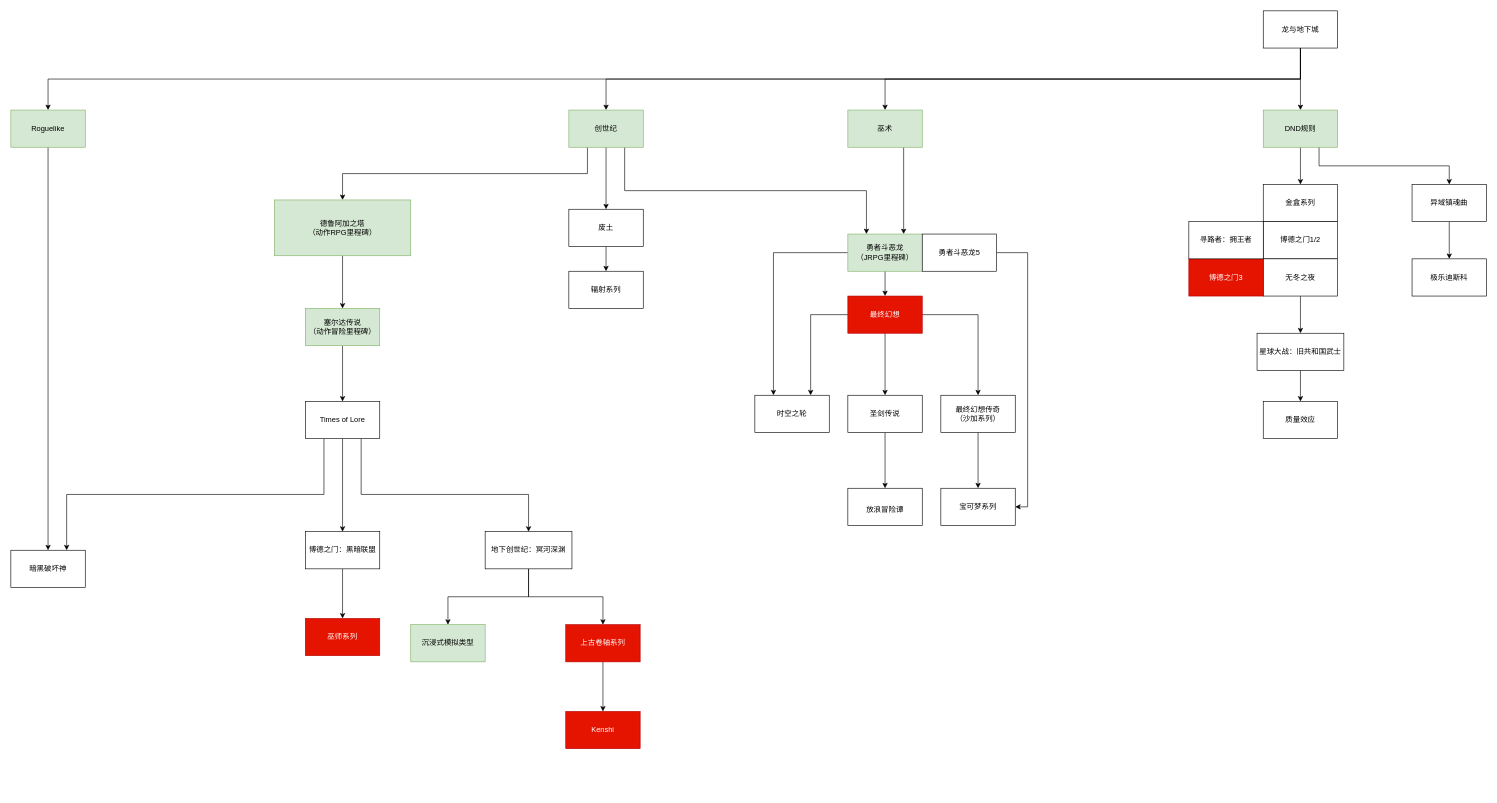
sass00n1/StartFramework keeps this draw.io diagram as RPGtree.drawio. Above is the earlier version. Source tidied: cells renumbered, new cells numbered last; positions are measured from the earlier drawing's top-left corner, leaving out a move shared by most shapes. Both pictures are drawn from the tidied source at 62%, with x=0, y=0 at pixel (11, 11).
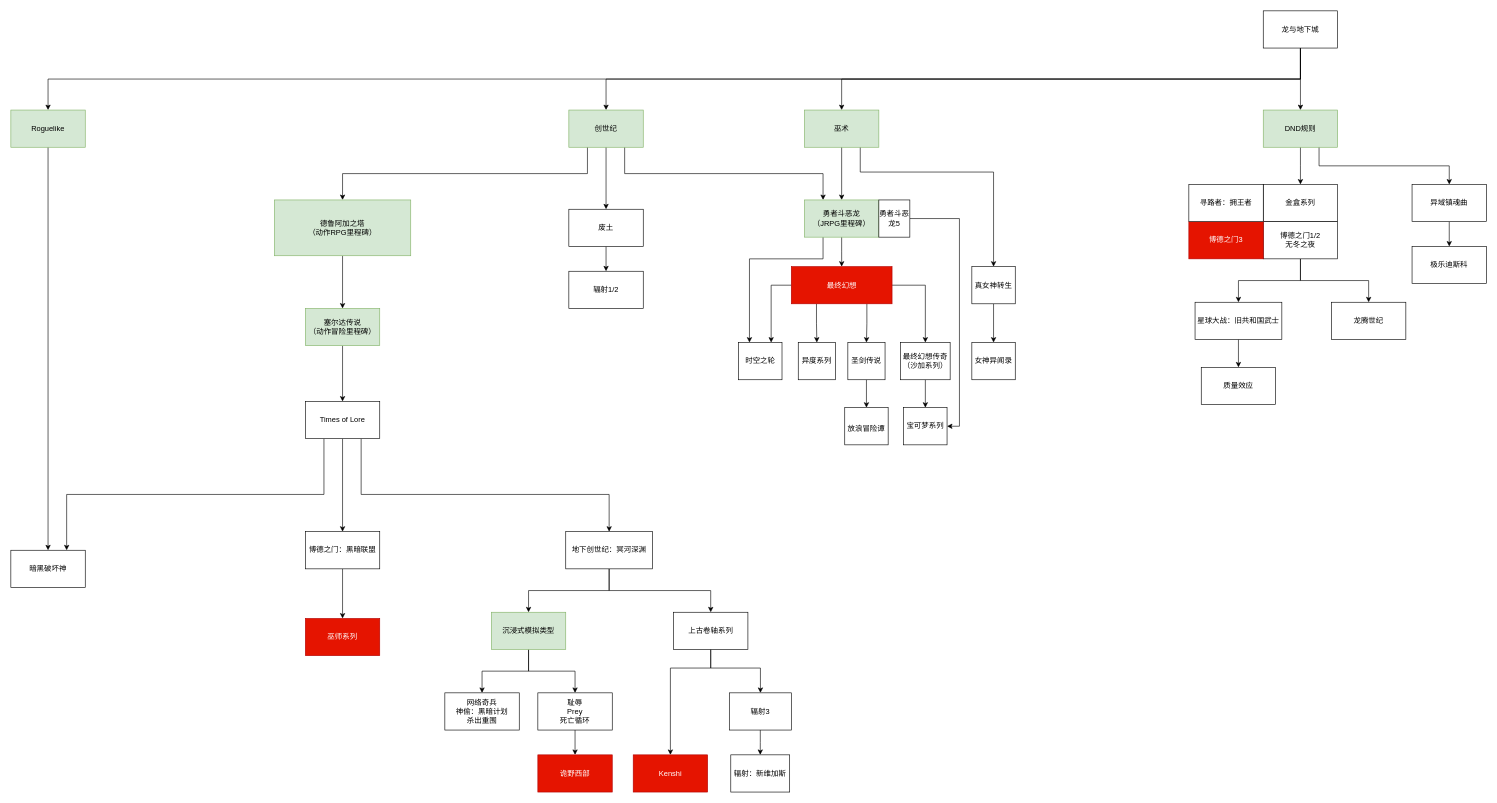
The same page after the edit.

Unchanged cells that the change refers to:
```xml
<mxCell id="37" value="Times of Lore" style="rounded=0;whiteSpace=wrap;html=1;" parent="1" vertex="1">
  <mxGeometry x="475" y="630" width="120" height="60" as="geometry" />
</mxCell>
```

Change to the diagram source:
```diff
@@
-    <mxCell id="11" style="edgeStyle=orthogonalEdgeStyle;rounded=0;jettySize=auto;html=1;exitX=0.75;exitY=1;exitDx=0;exitDy=0;entryX=0.75;entryY=0;entryDx=0;entryDy=0;" parent="1" edge="1" source="12" target="15">
+    <mxCell id="11" style="edgeStyle=orthogonalEdgeStyle;rounded=0;jettySize=auto;html=1;exitX=0.5;exitY=1;exitDx=0;exitDy=0;entryX=0.5;entryY=0;entryDx=0;entryDy=0;" parent="1" edge="1" source="12" target="15">
       <mxGeometry relative="1" as="geometry" />
     </mxCell>
+    <mxCell id="68" style="edgeStyle=orthogonalEdgeStyle;rounded=0;jettySize=auto;html=1;exitX=0.75;exitY=1;exitDx=0;exitDy=0;" parent="1" edge="1" source="12" target="76">
+      <mxGeometry relative="1" as="geometry">
+        <Array as="points">
+          <mxPoint x="1370" y="260" />
+          <mxPoint x="1585" y="260" />
+        </Array>
+      </mxGeometry>
+    </mxCell>
     <mxCell id="12" value="巫术" style="rounded=0;whiteSpace=wrap;html=1;fillColor=#d5e8d4;strokeColor=#82b366;" parent="1" vertex="1">
-      <mxGeometry x="1350" y="160" width="120" height="60" as="geometry" />
+      <mxGeometry x="1280" y="160" width="120" height="60" as="geometry" />
     </mxCell>
@@
-    <mxCell id="14" style="edgeStyle=orthogonalEdgeStyle;rounded=0;jettySize=auto;html=1;exitX=0;exitY=0.5;exitDx=0;exitDy=0;entryX=0.25;entryY=0;entryDx=0;entryDy=0;" parent="1" edge="1" source="15" target="61">
-      <mxGeometry relative="1" as="geometry" />
+    <mxCell id="14" style="edgeStyle=orthogonalEdgeStyle;rounded=0;jettySize=auto;html=1;exitX=0.25;exitY=1;exitDx=0;exitDy=0;entryX=0.25;entryY=0;entryDx=0;entryDy=0;" parent="1" edge="1" source="15" target="61">
+      <mxGeometry relative="1" as="geometry">
+        <Array as="points">
+          <mxPoint x="1310" y="400" />
+          <mxPoint x="1191" y="400" />
+        </Array>
+      </mxGeometry>
     </mxCell>
     <mxCell id="15" value="&lt;div&gt;勇者斗恶龙&lt;/div&gt;&lt;div&gt;（JRPG里程碑）&lt;br&gt;&lt;/div&gt;" style="rounded=0;whiteSpace=wrap;html=1;fillColor=#d5e8d4;strokeColor=#82b366;" parent="1" vertex="1">
-      <mxGeometry x="1350" y="360" width="120" height="60" as="geometry" />
+      <mxGeometry x="1280" y="305" width="120" height="60" as="geometry" />
     </mxCell>
@@
+    <mxCell id="69" style="edgeStyle=orthogonalEdgeStyle;rounded=0;jettySize=auto;html=1;exitX=0.5;exitY=1;exitDx=0;exitDy=0;" parent="1" edge="1" source="20" target="66">
+      <mxGeometry relative="1" as="geometry" />
+    </mxCell>
+    <mxCell id="70" style="edgeStyle=orthogonalEdgeStyle;rounded=0;jettySize=auto;html=1;exitX=0.5;exitY=1;exitDx=0;exitDy=0;" parent="1" edge="1" source="20" target="86">
+      <mxGeometry relative="1" as="geometry" />
+    </mxCell>
-    <mxCell id="20" value="博德之门1/2" style="rounded=0;whiteSpace=wrap;html=1;" parent="1" vertex="1">
+    <mxCell id="20" value="&lt;div&gt;博德之门1/2&lt;/div&gt;无冬之夜" style="rounded=0;whiteSpace=wrap;html=1;" parent="1" vertex="1">
       <mxGeometry x="2020" y="340" width="120" height="60" as="geometry" />
     </mxCell>
-    <mxCell id="21" style="edgeStyle=orthogonalEdgeStyle;rounded=0;jettySize=auto;html=1;exitX=0.5;exitY=1;exitDx=0;exitDy=0;" parent="1" edge="1" source="22" target="66">
-      <mxGeometry relative="1" as="geometry" />
-    </mxCell>
-    <mxCell id="22" value="无冬之夜" style="rounded=0;whiteSpace=wrap;html=1;" parent="1" vertex="1">
-      <mxGeometry x="2020" y="400" width="120" height="60" as="geometry" />
-    </mxCell>
     <mxCell id="23" value="博德之门3" style="rounded=0;whiteSpace=wrap;html=1;fillColor=#e51400;fontColor=#ffffff;strokeColor=#B20000;" parent="1" vertex="1">
-      <mxGeometry x="1900" y="400" width="120" height="60" as="geometry" />
+      <mxGeometry x="1900" y="340" width="120" height="60" as="geometry" />
     </mxCell>
@@
     <mxCell id="26" value="极乐迪斯科" style="rounded=0;whiteSpace=wrap;html=1;" parent="1" vertex="1">
-      <mxGeometry x="2260" y="400" width="120" height="60" as="geometry" />
+      <mxGeometry x="2260" y="380" width="120" height="60" as="geometry" />
     </mxCell>
+    <mxCell id="28" style="edgeStyle=orthogonalEdgeStyle;rounded=0;jettySize=auto;html=1;entryX=0.5;entryY=0;entryDx=0;entryDy=0;" parent="1" edge="1" source="29" target="40">
+      <mxGeometry relative="1" as="geometry" />
+    </mxCell>
-    <mxCell id="27" style="edgeStyle=orthogonalEdgeStyle;rounded=0;jettySize=auto;html=1;entryX=0.5;entryY=0;entryDx=0;entryDy=0;" parent="1" edge="1" source="29" target="39">
+    <mxCell id="27" style="edgeStyle=orthogonalEdgeStyle;rounded=0;jettySize=auto;html=1;exitX=0.5;exitY=1;exitDx=0;exitDy=0;" parent="1" edge="1" source="29" target="39">
       <mxGeometry relative="1" as="geometry" />
     </mxCell>
-    <mxCell id="28" style="edgeStyle=orthogonalEdgeStyle;rounded=0;jettySize=auto;html=1;entryX=0.5;entryY=0;entryDx=0;entryDy=0;" parent="1" edge="1" source="29" target="40">
-      <mxGeometry relative="1" as="geometry" />
-    </mxCell>
     <mxCell id="29" value="地下创世纪：冥河深渊" style="rounded=0;whiteSpace=wrap;html=1;" parent="1" vertex="1">
-      <mxGeometry x="765" y="840" width="140" height="60" as="geometry" />
+      <mxGeometry x="895" y="840" width="140" height="60" as="geometry" />
     </mxCell>
@@
     <mxCell id="35" style="edgeStyle=orthogonalEdgeStyle;rounded=0;jettySize=auto;html=1;exitX=0.75;exitY=1;exitDx=0;exitDy=0;entryX=0.5;entryY=0;entryDx=0;entryDy=0;" parent="1" edge="1" source="37" target="29">
       <mxGeometry relative="1" as="geometry">
         <Array as="points">
           <mxPoint x="565" y="780" />
-          <mxPoint x="835" y="780" />
+          <mxPoint x="965" y="780" />
         </Array>
       </mxGeometry>
     </mxCell>
@@
     <mxCell id="38" style="edgeStyle=orthogonalEdgeStyle;rounded=0;jettySize=auto;html=1;exitX=0.5;exitY=1;exitDx=0;exitDy=0;entryX=0.5;entryY=0;entryDx=0;entryDy=0;" parent="1" edge="1" source="39" target="55">
-      <mxGeometry relative="1" as="geometry" />
+      <mxGeometry relative="1" as="geometry">
+        <Array as="points">
+          <mxPoint x="1129" y="1060" />
+          <mxPoint x="1064" y="1060" />
+        </Array>
+      </mxGeometry>
     </mxCell>
+    <mxCell id="71" style="edgeStyle=orthogonalEdgeStyle;rounded=0;jettySize=auto;html=1;exitX=0.5;exitY=1;exitDx=0;exitDy=0;" parent="1" edge="1" source="39" target="83">
+      <mxGeometry relative="1" as="geometry">
+        <Array as="points">
+          <mxPoint x="1129" y="1060" />
+          <mxPoint x="1209" y="1060" />
+        </Array>
+      </mxGeometry>
+    </mxCell>
-    <mxCell id="39" value="上古卷轴系列" style="rounded=0;whiteSpace=wrap;html=1;fillColor=#e51400;fontColor=#ffffff;strokeColor=#B20000;" parent="1" vertex="1">
-      <mxGeometry x="895" y="990" width="120" height="60" as="geometry" />
+    <mxCell id="39" value="上古卷轴系列" style="rounded=0;whiteSpace=wrap;html=1;" parent="1" vertex="1">
+      <mxGeometry x="1068.8" y="970" width="120" height="60" as="geometry" />
     </mxCell>
+    <mxCell id="72" style="edgeStyle=orthogonalEdgeStyle;rounded=0;jettySize=auto;html=1;exitX=0.5;exitY=1;exitDx=0;exitDy=0;" parent="1" edge="1" source="40" target="78">
+      <mxGeometry relative="1" as="geometry" />
+    </mxCell>
+    <mxCell id="73" style="edgeStyle=orthogonalEdgeStyle;rounded=0;jettySize=auto;html=1;exitX=0.5;exitY=1;exitDx=0;exitDy=0;entryX=0.5;entryY=0;entryDx=0;entryDy=0;" parent="1" edge="1" source="40" target="80">
+      <mxGeometry relative="1" as="geometry" />
+    </mxCell>
     <mxCell id="40" value="沉浸式模拟类型" style="rounded=0;whiteSpace=wrap;html=1;fillColor=#d5e8d4;strokeColor=#82b366;" parent="1" vertex="1">
-      <mxGeometry x="645" y="990" width="120" height="60" as="geometry" />
+      <mxGeometry x="775" y="970" width="120" height="60" as="geometry" />
     </mxCell>
@@
-    <mxCell id="49" value="辐射系列" style="rounded=0;whiteSpace=wrap;html=1;" parent="1" vertex="1">
+    <mxCell id="49" value="辐射1/2" style="rounded=0;whiteSpace=wrap;html=1;" parent="1" vertex="1">
       <mxGeometry x="900" y="420" width="120" height="60" as="geometry" />
     </mxCell>
     <mxCell id="50" value="寻路者：拥王者" style="rounded=0;whiteSpace=wrap;html=1;" parent="1" vertex="1">
-      <mxGeometry x="1900" y="340" width="120" height="60" as="geometry" />
+      <mxGeometry x="1900" y="280" width="120" height="60" as="geometry" />
     </mxCell>
@@
-    <mxCell id="53" style="edgeStyle=orthogonalEdgeStyle;rounded=0;jettySize=auto;html=1;exitX=0.5;exitY=1;exitDx=0;exitDy=0;" parent="1" edge="1" source="54" target="63">
+    <mxCell id="53" style="edgeStyle=orthogonalEdgeStyle;rounded=0;jettySize=auto;html=1;exitX=0.75;exitY=1;exitDx=0;exitDy=0;" parent="1" edge="1" source="54" target="63">
       <mxGeometry relative="1" as="geometry" />
     </mxCell>
+    <mxCell id="74" style="edgeStyle=orthogonalEdgeStyle;rounded=0;jettySize=auto;html=1;exitX=0.25;exitY=1;exitDx=0;exitDy=0;entryX=0.5;entryY=0;entryDx=0;entryDy=0;" parent="1" edge="1" source="54" target="85">
+      <mxGeometry relative="1" as="geometry" />
+    </mxCell>
     <mxCell id="54" value="最终幻想" style="rounded=0;whiteSpace=wrap;html=1;fillColor=#e51400;fontColor=#ffffff;strokeColor=#B20000;" parent="1" vertex="1">
-      <mxGeometry x="1350" y="460" width="120" height="60" as="geometry" />
+      <mxGeometry x="1258.8" y="412.5" width="162.5" height="60" as="geometry" />
     </mxCell>
     <mxCell id="55" value="Kenshi" style="rounded=0;whiteSpace=wrap;html=1;fillColor=#e51400;fontColor=#ffffff;strokeColor=#B20000;" parent="1" vertex="1">
-      <mxGeometry x="895" y="1130" width="120" height="60" as="geometry" />
+      <mxGeometry x="1003.8" y="1200" width="120" height="60" as="geometry" />
     </mxCell>
@@
     <mxCell id="57" value="&lt;div&gt;最终幻想传奇&lt;/div&gt;&lt;div&gt;（沙加系列）&lt;/div&gt;" style="rounded=0;whiteSpace=wrap;html=1;" parent="1" vertex="1">
-      <mxGeometry x="1500" y="620" width="120" height="60" as="geometry" />
+      <mxGeometry x="1435" y="535" width="80" height="60" as="geometry" />
     </mxCell>
     <mxCell id="58" value="宝可梦系列" style="rounded=0;whiteSpace=wrap;html=1;" parent="1" vertex="1">
-      <mxGeometry x="1500" y="770" width="120" height="60" as="geometry" />
+      <mxGeometry x="1440" y="640" width="70" height="60" as="geometry" />
     </mxCell>
@@
     <mxCell id="60" value="&lt;div&gt;勇者斗恶龙5&lt;/div&gt;" style="rounded=0;whiteSpace=wrap;html=1;" parent="1" vertex="1">
-      <mxGeometry x="1470" y="360" width="120" height="60" as="geometry" />
+      <mxGeometry x="1400" y="305" width="50" height="60" as="geometry" />
     </mxCell>
     <mxCell id="61" value="时空之轮" style="rounded=0;whiteSpace=wrap;html=1;" parent="1" vertex="1">
-      <mxGeometry x="1200" y="620" width="120" height="60" as="geometry" />
+      <mxGeometry x="1173.8" y="535" width="70" height="60" as="geometry" />
     </mxCell>
@@
     <mxCell id="63" value="圣剑传说" style="rounded=0;whiteSpace=wrap;html=1;" parent="1" vertex="1">
-      <mxGeometry x="1350" y="620" width="120" height="60" as="geometry" />
+      <mxGeometry x="1350" y="535" width="60" height="60" as="geometry" />
     </mxCell>
     <mxCell id="64" value="&lt;h1 dir=&quot;ltr&quot; lang=&quot;zh-Hans-CN&quot; class=&quot;firstHeading mw-first-heading&quot; id=&quot;firstHeading&quot;&gt;&lt;font style=&quot;font-size: 12px;&quot;&gt;&lt;span style=&quot;font-weight: normal;&quot;&gt;放浪冒险谭&lt;/span&gt;&lt;/font&gt;&lt;/h1&gt;" style="rounded=0;whiteSpace=wrap;html=1;" parent="1" vertex="1">
-      <mxGeometry x="1350" y="770" width="120" height="60" as="geometry" />
+      <mxGeometry x="1345" y="640" width="70" height="60" as="geometry" />
     </mxCell>
@@
     <mxCell id="66" value="星球大战：旧共和国武士" style="rounded=0;whiteSpace=wrap;html=1;" parent="1" vertex="1">
-      <mxGeometry x="2010" y="520" width="140" height="60" as="geometry" />
+      <mxGeometry x="1910" y="470" width="140" height="60" as="geometry" />
     </mxCell>
     <mxCell id="67" value="质量效应" style="rounded=0;whiteSpace=wrap;html=1;" parent="1" vertex="1">
-      <mxGeometry x="2020" y="630" width="120" height="60" as="geometry" />
+      <mxGeometry x="1920" y="575" width="120" height="60" as="geometry" />
     </mxCell>
+    <mxCell id="75" style="edgeStyle=orthogonalEdgeStyle;rounded=0;jettySize=auto;html=1;exitX=0.5;exitY=1;exitDx=0;exitDy=0;" parent="1" edge="1" source="76" target="77">
+      <mxGeometry relative="1" as="geometry" />
+    </mxCell>
+    <mxCell id="76" value="真女神转生" style="rounded=0;whiteSpace=wrap;html=1;" parent="1" vertex="1">
+      <mxGeometry x="1550" y="412.5" width="70" height="60" as="geometry" />
+    </mxCell>
+    <mxCell id="77" value="女神异闻录" style="rounded=0;whiteSpace=wrap;html=1;" parent="1" vertex="1">
+      <mxGeometry x="1550" y="535" width="70" height="60" as="geometry" />
+    </mxCell>
+    <mxCell id="78" value="&lt;div&gt;网络奇兵&lt;/div&gt;&lt;div&gt;神偷：黑暗计划&lt;/div&gt;&lt;div&gt;杀出重围&lt;br&gt;&lt;/div&gt;" style="rounded=0;whiteSpace=wrap;html=1;" parent="1" vertex="1">
+      <mxGeometry x="700" y="1100" width="120" height="60" as="geometry" />
+    </mxCell>
+    <mxCell id="79" style="edgeStyle=orthogonalEdgeStyle;rounded=0;jettySize=auto;html=1;exitX=0.5;exitY=1;exitDx=0;exitDy=0;" parent="1" edge="1" source="80" target="81">
+      <mxGeometry relative="1" as="geometry" />
+    </mxCell>
+    <mxCell id="80" value="&lt;div&gt;耻辱&lt;/div&gt;&lt;div&gt;Prey&lt;/div&gt;&lt;div&gt;死亡循环&lt;br&gt;&lt;/div&gt;" style="rounded=0;whiteSpace=wrap;html=1;" parent="1" vertex="1">
+      <mxGeometry x="850" y="1100" width="120" height="60" as="geometry" />
+    </mxCell>
+    <mxCell id="81" value="诡野西部" style="rounded=0;whiteSpace=wrap;html=1;fillColor=#e51400;fontColor=#ffffff;strokeColor=#B20000;" parent="1" vertex="1">
+      <mxGeometry x="850" y="1200" width="120" height="60" as="geometry" />
+    </mxCell>
+    <mxCell id="82" style="edgeStyle=orthogonalEdgeStyle;rounded=0;jettySize=auto;html=1;exitX=0.5;exitY=1;exitDx=0;exitDy=0;" parent="1" edge="1" source="83" target="84">
+      <mxGeometry relative="1" as="geometry" />
+    </mxCell>
+    <mxCell id="83" value="辐射3" style="rounded=0;whiteSpace=wrap;html=1;" parent="1" vertex="1">
+      <mxGeometry x="1158.8" y="1100" width="100" height="60" as="geometry" />
+    </mxCell>
+    <mxCell id="84" value="辐射：新维加斯" style="rounded=0;whiteSpace=wrap;html=1;" parent="1" vertex="1">
+      <mxGeometry x="1161.2" y="1200" width="95" height="60" as="geometry" />
+    </mxCell>
+    <mxCell id="85" value="异度系列" style="rounded=0;whiteSpace=wrap;html=1;" parent="1" vertex="1">
+      <mxGeometry x="1270" y="535" width="60" height="60" as="geometry" />
+    </mxCell>
+    <mxCell id="86" value="龙腾世纪" style="rounded=0;whiteSpace=wrap;html=1;" parent="1" vertex="1">
+      <mxGeometry x="2130" y="470" width="120" height="60" as="geometry" />
+    </mxCell>
```
